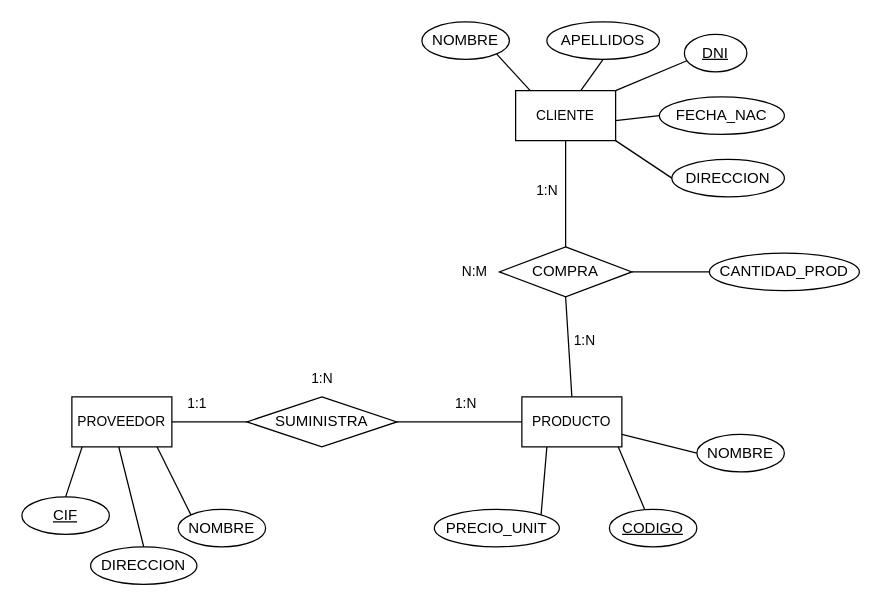
igardiet/dam keeps this draw.io diagram as page "diagram-4" (4 of 5) of bases-datos/diagrams.drawio. Above is the earlier version. Source tidied: cells renumbered, new cells numbered last; positions are measured from the earlier drawing's top-left corner, leaving out a move shared by most shapes. Both pictures are drawn from the tidied source at 125%, with x=0, y=0 at pixel (21, 21).
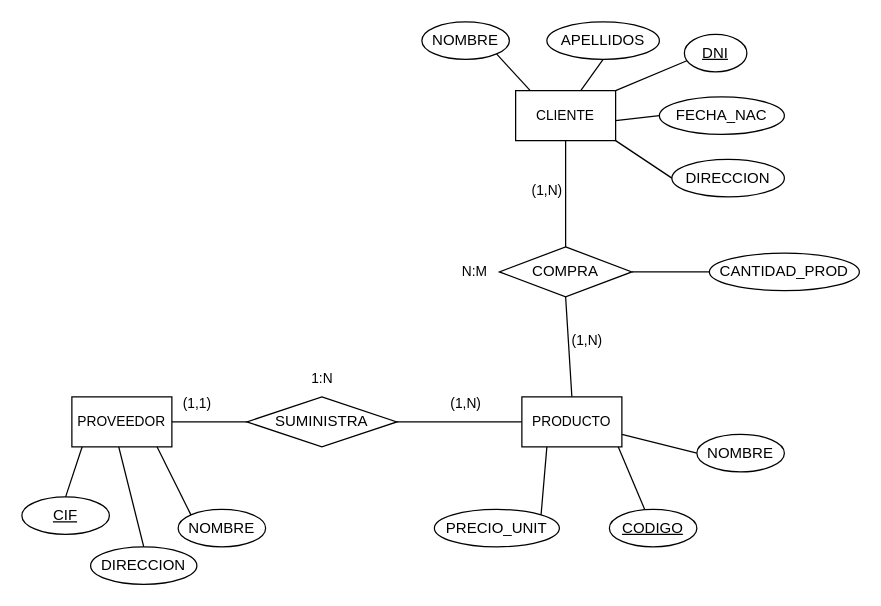
After the change.

What changed in the source:
```diff
@@
-    <mxCell id="31" value="1:N" style="text;html=1;align=center;verticalAlign=middle;strokeColor=none;fillColor=none;fontSize=11;fontFamily=Helvetica;fontColor=default;" parent="1" vertex="1">
-      <mxGeometry x="430" y="240" width="40" height="30" as="geometry" />
+    <mxCell id="31" value="(1,N)" style="text;html=1;align=center;verticalAlign=middle;strokeColor=none;fillColor=none;fontSize=11;fontFamily=Helvetica;fontColor=default;" parent="1" vertex="1">
+      <mxGeometry x="427" y="240" width="50" height="30" as="geometry" />
     </mxCell>
-    <mxCell id="32" value="1:N" style="text;html=1;align=center;verticalAlign=middle;strokeColor=none;fillColor=none;fontSize=11;fontFamily=Helvetica;fontColor=default;" parent="1" vertex="1">
-      <mxGeometry x="400" y="120" width="40" height="30" as="geometry" />
+    <mxCell id="32" value="(1,N)" style="text;html=1;align=center;verticalAlign=middle;strokeColor=none;fillColor=none;fontSize=11;fontFamily=Helvetica;fontColor=default;" parent="1" vertex="1">
+      <mxGeometry x="395" y="120" width="50" height="30" as="geometry" />
     </mxCell>
@@
-    <mxCell id="35" value="1:N" style="text;html=1;align=center;verticalAlign=middle;strokeColor=none;fillColor=none;fontSize=11;fontFamily=Helvetica;fontColor=default;" parent="1" vertex="1">
-      <mxGeometry x="335" y="290" width="40" height="30" as="geometry" />
+    <mxCell id="35" value="(1,N)" style="text;html=1;align=center;verticalAlign=middle;strokeColor=none;fillColor=none;fontSize=11;fontFamily=Helvetica;fontColor=default;" parent="1" vertex="1">
+      <mxGeometry x="330" y="290" width="50" height="30" as="geometry" />
     </mxCell>
-    <mxCell id="36" value="1:1" style="text;html=1;align=center;verticalAlign=middle;strokeColor=none;fillColor=none;fontSize=11;fontFamily=Helvetica;fontColor=default;" parent="1" vertex="1">
-      <mxGeometry x="120" y="290" width="40" height="30" as="geometry" />
+    <mxCell id="36" value="(1,1)" style="text;html=1;align=center;verticalAlign=middle;strokeColor=none;fillColor=none;fontSize=11;fontFamily=Helvetica;fontColor=default;" parent="1" vertex="1">
+      <mxGeometry x="115" y="290" width="50" height="30" as="geometry" />
     </mxCell>
```
